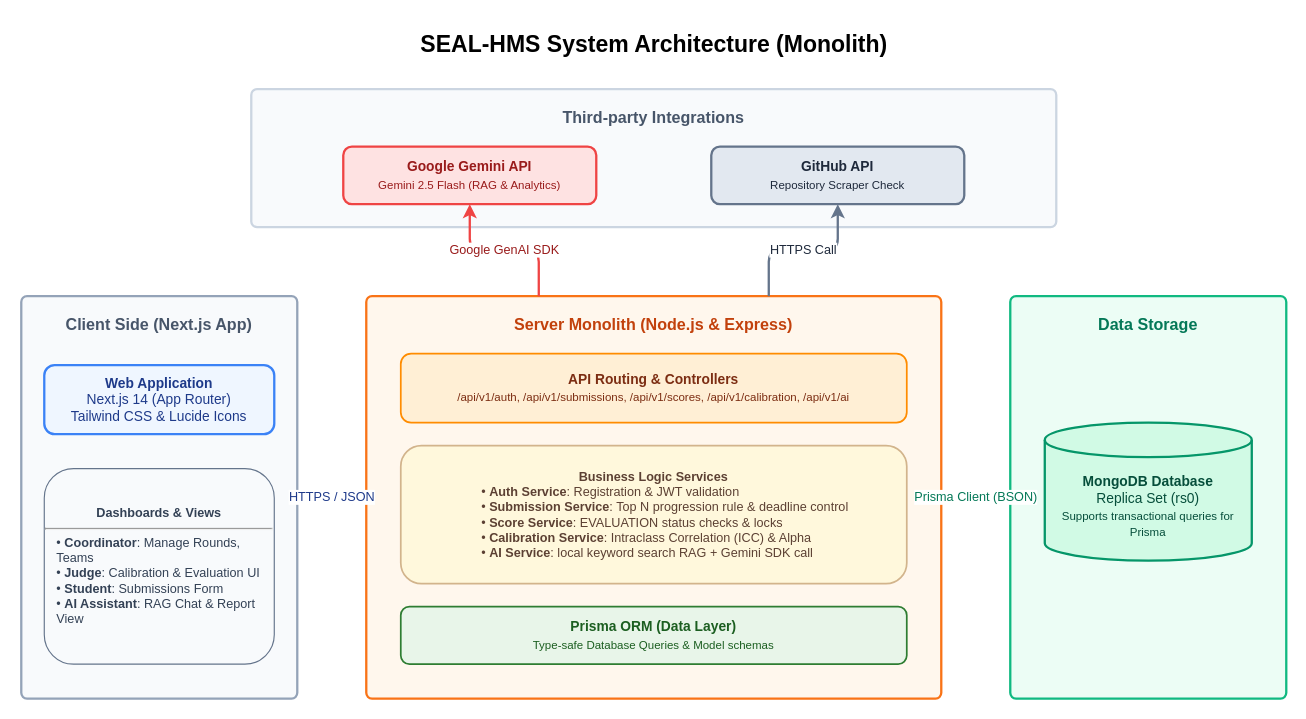
coco-doit6879/SEAL-Software-Engineering-Hackathon-Management-System keeps this draw.io diagram as seal_hms_monolith_architecture.drawio. Above is the earlier version. Source tidied: cells renumbered, new cells numbered last; positions are measured from the earlier drawing's top-left corner, leaving out a move shared by most shapes. Both pictures are drawn from the tidied source at 115%, with x=0, y=0 at pixel (21, 20).
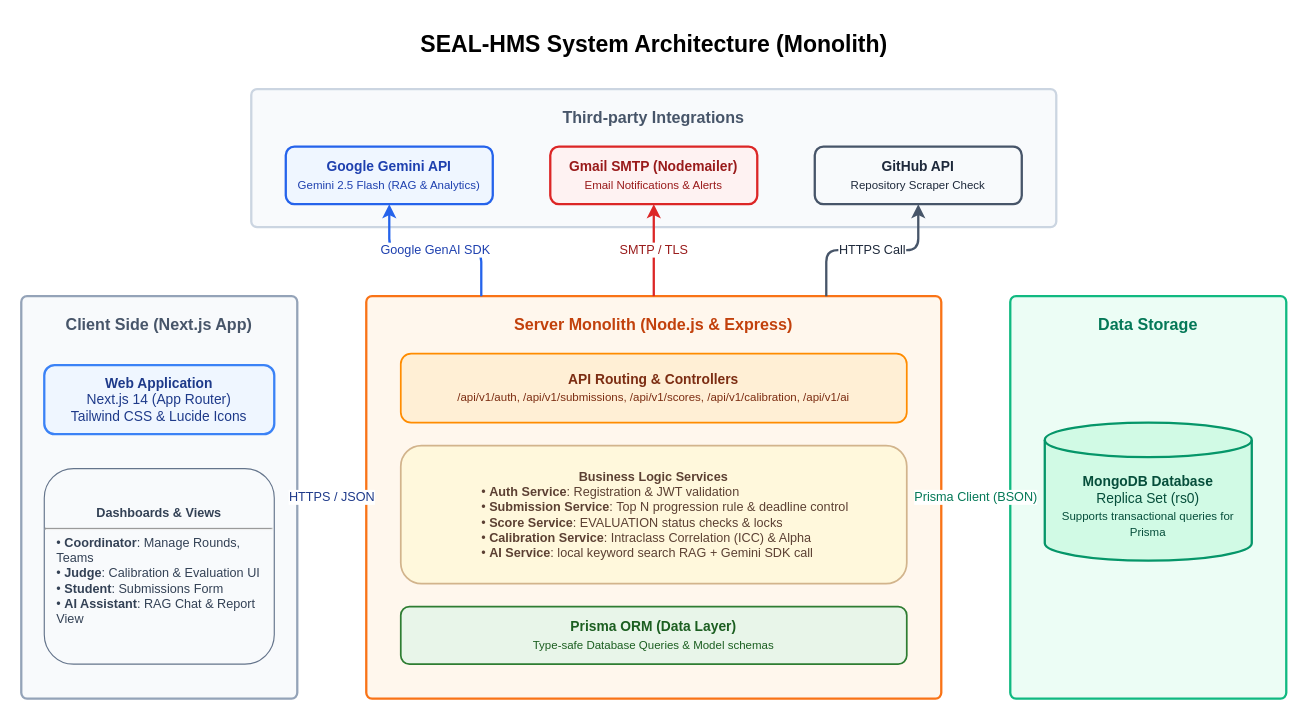
Above is the later version.

Commit message:
docs: add Gmail SMTP integration to system architecture diagram

The change refers to these unchanged cells:
```xml
<mxCell id="9" value="&lt;b&gt;Server Monolith (Node.js &amp;amp; Express)&lt;/b&gt;" style="rounded=1;absoluteArcSize=1;arcSize=10;html=1;whiteSpace=wrap;fillColor=#FFF7ED;strokeColor=#F97316;strokeWidth=2;align=center;verticalAlign=top;fontStyle=1;fontColor=#C2410C;spacingTop=10;fontSize=14;" parent="1" vertex="1">
  <mxGeometry x="300" y="240" width="500" height="350" as="geometry" />
</mxCell>
```

Diff of the diagram source:
```diff
@@
-    <mxCell id="4" value="&lt;b&gt;Google Gemini API&lt;/b&gt;&lt;br&gt;&lt;font size=&quot;1&quot;&gt;Gemini 2.5 Flash (RAG &amp;amp; Analytics)&lt;/font&gt;" style="rounded=1;whiteSpace=wrap;html=1;fillColor=#FEE2E2;strokeColor=#EF4444;strokeWidth=2;fontColor=#991B1B;fontSize=12;" parent="1" vertex="1">
-      <mxGeometry x="280" y="110" width="220" height="50" as="geometry" />
+    <mxCell id="4" value="&lt;b&gt;Google Gemini API&lt;/b&gt;&lt;br&gt;&lt;font size=&quot;1&quot;&gt;Gemini 2.5 Flash (RAG &amp;amp; Analytics)&lt;/font&gt;" style="rounded=1;whiteSpace=wrap;html=1;fillColor=#EFF6FF;strokeColor=#2563EB;strokeWidth=2;fontColor=#1E40AF;fontSize=12;" parent="1" vertex="1">
+      <mxGeometry x="230" y="110" width="180" height="50" as="geometry" />
     </mxCell>
+    <mxCell id="19" value="&lt;b&gt;Gmail SMTP (Nodemailer)&lt;/b&gt;&lt;br&gt;&lt;font size=&quot;1&quot;&gt;Email Notifications &amp;amp; Alerts&lt;/font&gt;" style="rounded=1;whiteSpace=wrap;html=1;fillColor=#FEF2F2;strokeColor=#DC2626;strokeWidth=2;fontColor=#991B1B;fontSize=12;" parent="1" vertex="1">
+      <mxGeometry x="460" y="110" width="180" height="50" as="geometry" />
+    </mxCell>
-    <mxCell id="5" value="&lt;b&gt;GitHub API&lt;/b&gt;&lt;br&gt;&lt;font size=&quot;1&quot;&gt;Repository Scraper Check&lt;/font&gt;" style="rounded=1;whiteSpace=wrap;html=1;fillColor=#E2E8F0;strokeColor=#64748B;strokeWidth=2;fontColor=#1E293B;fontSize=12;" parent="1" vertex="1">
-      <mxGeometry x="600" y="110" width="220" height="50" as="geometry" />
+    <mxCell id="5" value="&lt;b&gt;GitHub API&lt;/b&gt;&lt;br&gt;&lt;font size=&quot;1&quot;&gt;Repository Scraper Check&lt;/font&gt;" style="rounded=1;whiteSpace=wrap;html=1;fillColor=#F8FAFC;strokeColor=#475569;strokeWidth=2;fontColor=#1E293B;fontSize=12;" parent="1" vertex="1">
+      <mxGeometry x="690" y="110" width="180" height="50" as="geometry" />
     </mxCell>
@@
-    <mxCell id="17" value="Google GenAI SDK" style="edgeStyle=orthogonalEdgeStyle;rounded=1;jettySize=auto;html=1;strokeWidth=2;strokeColor=#EF4444;fontColor=#991B1B;fontSize=11;labelBackgroundColor=#FFFFFF;entryX=0.5;entryY=1;entryDx=0;entryDy=0;exitX=0.3;exitY=0;exitDx=0;exitDy=0;" parent="1" edge="1" source="9" target="4">
+    <mxCell id="17" value="Google GenAI SDK" style="edgeStyle=orthogonalEdgeStyle;rounded=1;jettySize=auto;html=1;strokeWidth=2;strokeColor=#2563EB;fontColor=#1E40AF;fontSize=11;labelBackgroundColor=#FFFFFF;entryX=0.5;entryY=1;entryDx=0;entryDy=0;exitX=0.2;exitY=0;exitDx=0;exitDy=0;" parent="1" edge="1" source="9" target="4">
       <mxGeometry relative="1" as="geometry" />
     </mxCell>
+    <mxCell id="20" value="SMTP / TLS" style="edgeStyle=orthogonalEdgeStyle;rounded=1;jettySize=auto;html=1;strokeWidth=2;strokeColor=#DC2626;fontColor=#991B1B;fontSize=11;labelBackgroundColor=#FFFFFF;entryX=0.5;entryY=1;entryDx=0;entryDy=0;exitX=0.5;exitY=0;exitDx=0;exitDy=0;" parent="1" edge="1" source="9" target="19">
+      <mxGeometry relative="1" as="geometry" />
+    </mxCell>
-    <mxCell id="18" value="HTTPS Call" style="edgeStyle=orthogonalEdgeStyle;rounded=1;jettySize=auto;html=1;strokeWidth=2;strokeColor=#64748B;fontColor=#1E293B;fontSize=11;labelBackgroundColor=#FFFFFF;entryX=0.5;entryY=1;entryDx=0;entryDy=0;exitX=0.7;exitY=0;exitDx=0;exitDy=0;" parent="1" edge="1" source="9" target="5">
+    <mxCell id="18" value="HTTPS Call" style="edgeStyle=orthogonalEdgeStyle;rounded=1;jettySize=auto;html=1;strokeWidth=2;strokeColor=#475569;fontColor=#1E293B;fontSize=11;labelBackgroundColor=#FFFFFF;entryX=0.5;entryY=1;entryDx=0;entryDy=0;exitX=0.8;exitY=0;exitDx=0;exitDy=0;" parent="1" edge="1" source="9" target="5">
       <mxGeometry relative="1" as="geometry" />
     </mxCell>
```
